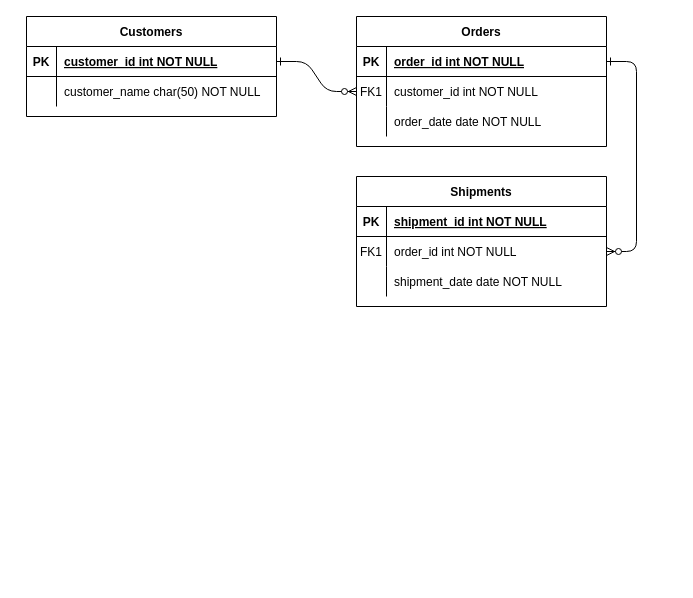
Above: sosa-erd.drawio in xdetheroc/sosa (draw.io), before the change. Source tidied: cells renumbered, new cells numbered last; positions are measured from the earlier drawing's top-left corner, leaving out a move shared by most shapes. Both pictures are drawn from the tidied source at 100%, with x=0, y=0 at pixel (26, 16).
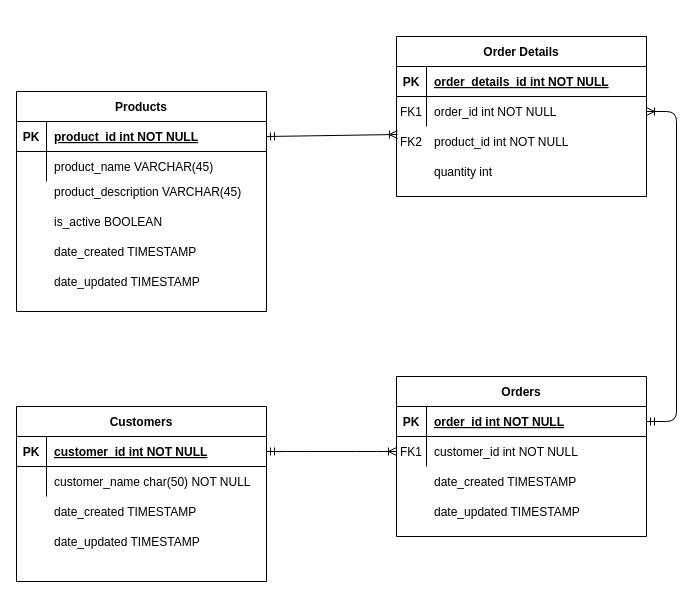
After the change.

The change refers to these unchanged cells:
```xml
<mxCell id="5" style="shape=partialRectangle;fillColor=none;points=[[0,0.5],[1,0.5]];portConstraint=eastwest;top=0;left=0;right=0;bottom=1;" parent="4" vertex="1">
  <mxGeometry y="30" width="250" height="30" as="geometry" />
</mxCell>
<mxCell id="8" style="shape=partialRectangle;fillColor=none;points=[[0,0.5],[1,0.5]];portConstraint=eastwest;top=0;left=0;right=0;bottom=0;" parent="4" vertex="1">
  <mxGeometry y="60" width="250" height="30" as="geometry" />
</mxCell>
<mxCell id="15" style="shape=partialRectangle;fillColor=none;top=0;left=0;right=0;bottom=1;" parent="14" vertex="1">
  <mxGeometry y="30" width="250" height="30" as="geometry" />
</mxCell>
<mxCell id="18" style="shape=partialRectangle;fillColor=none;points=[[0,0.5],[1,0.5]];portConstraint=eastwest;top=0;left=0;right=0;bottom=0;" parent="14" vertex="1">
  <mxGeometry y="60" width="250" height="30" as="geometry" />
</mxCell>
<mxCell id="25" style="shape=partialRectangle;fillColor=none;points=[[0,0.5],[1,0.5]];portConstraint=eastwest;top=0;left=0;right=0;bottom=1;" parent="24" vertex="1">
  <mxGeometry y="30" width="250" height="30" as="geometry" />
</mxCell>
```

Change to the diagram source:
```diff
@@
-    <mxCell id="2" style="edgeStyle=entityRelationEdgeStyle;endArrow=ERzeroToMany;startArrow=ERone;endFill=1;startFill=0;" parent="1" edge="1" source="25" target="8">
+    <mxCell id="2" style="edgeStyle=entityRelationEdgeStyle;endArrow=ERoneToMany;startArrow=ERmandOne;endFill=0;startFill=0;" parent="1" edge="1" source="25" target="8">
       <mxGeometry relative="1" as="geometry" />
     </mxCell>
-    <mxCell id="3" style="edgeStyle=entityRelationEdgeStyle;endArrow=ERzeroToMany;startArrow=ERone;endFill=1;startFill=0;" parent="1" edge="1" source="5" target="18">
+    <mxCell id="3" style="edgeStyle=entityRelationEdgeStyle;endArrow=ERoneToMany;startArrow=ERmandOne;endFill=0;startFill=0;" parent="1" edge="1" source="5" target="18">
       <mxGeometry relative="1" as="geometry" />
     </mxCell>
     <mxCell id="4" value="Orders" style="shape=table;startSize=30;childLayout=tableLayout;rowLines=0;fontStyle=1;align=center;" parent="1" vertex="1">
-      <mxGeometry x="330" width="250" height="130" as="geometry" />
+      <mxGeometry x="370" y="360" width="250" height="160" as="geometry" />
     </mxCell>
@@
-    <mxCell id="11" style="shape=partialRectangle;fillColor=none;top=0;left=0;right=0;bottom=0;" parent="4" vertex="1">
-      <mxGeometry y="90" width="250" height="30" as="geometry" />
-    </mxCell>
-    <mxCell id="12" style="shape=partialRectangle;overflow=hidden;fillColor=none;top=0;left=0;bottom=0;right=0;" parent="11" vertex="1">
-      <mxGeometry width="30" height="30" as="geometry" />
-    </mxCell>
-    <mxCell id="13" value="order_date date NOT NULL" style="shape=partialRectangle;overflow=hidden;fillColor=none;top=0;left=0;bottom=0;right=0;align=left;spacingLeft=6;" parent="11" vertex="1">
-      <mxGeometry x="30" width="220" height="30" as="geometry" />
-    </mxCell>
-    <mxCell id="14" value="Shipments" style="shape=table;startSize=30;childLayout=tableLayout;rowLines=0;fontStyle=1;align=center;" parent="1" vertex="1">
-      <mxGeometry x="330" y="160" width="250" height="130" as="geometry" />
+    <mxCell id="14" value="Order Details" style="shape=table;startSize=30;childLayout=tableLayout;rowLines=0;fontStyle=1;align=center;" parent="1" vertex="1">
+      <mxGeometry x="370" y="20" width="250" height="160" as="geometry" />
     </mxCell>
@@
-    <mxCell id="17" value="shipment_id int NOT NULL " style="shape=partialRectangle;overflow=hidden;fillColor=none;top=0;left=0;bottom=0;right=0;align=left;spacingLeft=6;fontStyle=5;" parent="15" vertex="1">
+    <mxCell id="17" value="order_details_id int NOT NULL " style="shape=partialRectangle;overflow=hidden;fillColor=none;top=0;left=0;bottom=0;right=0;align=left;spacingLeft=6;fontStyle=5;" parent="15" vertex="1">
       <mxGeometry x="30" width="220" height="30" as="geometry" />
     </mxCell>
@@
-    <mxCell id="21" style="shape=partialRectangle;fillColor=none;top=0;left=0;right=0;bottom=0;" parent="14" vertex="1">
-      <mxGeometry y="90" width="250" height="30" as="geometry" />
-    </mxCell>
-    <mxCell id="22" style="shape=partialRectangle;overflow=hidden;fillColor=none;top=0;left=0;bottom=0;right=0;" parent="21" vertex="1">
-      <mxGeometry width="30" height="30" as="geometry" />
-    </mxCell>
-    <mxCell id="23" value="shipment_date date NOT NULL" style="shape=partialRectangle;overflow=hidden;fillColor=none;top=0;left=0;bottom=0;right=0;align=left;spacingLeft=6;" parent="21" vertex="1">
-      <mxGeometry x="30" width="220" height="30" as="geometry" />
-    </mxCell>
     <mxCell id="24" value="Customers" style="shape=table;startSize=30;childLayout=tableLayout;rowLines=0;fontStyle=1;align=center;" parent="1" vertex="1">
-      <mxGeometry width="250" height="100" as="geometry" />
+      <mxGeometry x="-10" y="390" width="250" height="175" as="geometry" />
     </mxCell>
@@
+    <mxCell id="31" value="Products" style="shape=table;startSize=30;childLayout=tableLayout;rowLines=0;fontStyle=1;align=center;" parent="1" vertex="1">
+      <mxGeometry x="-10" y="75" width="250" height="220" as="geometry" />
+    </mxCell>
+    <mxCell id="32" style="shape=partialRectangle;fillColor=none;points=[[0,0.5],[1,0.5]];portConstraint=eastwest;top=0;left=0;right=0;bottom=1;" parent="31" vertex="1">
+      <mxGeometry y="30" width="250" height="30" as="geometry" />
+    </mxCell>
+    <mxCell id="33" value="PK" style="shape=partialRectangle;overflow=hidden;fillColor=none;top=0;left=0;bottom=0;right=0;fontStyle=1;" parent="32" vertex="1">
+      <mxGeometry width="30" height="30" as="geometry" />
+    </mxCell>
+    <mxCell id="34" value="product_id int NOT NULL " style="shape=partialRectangle;overflow=hidden;fillColor=none;top=0;left=0;bottom=0;right=0;align=left;spacingLeft=6;fontStyle=5;" parent="32" vertex="1">
+      <mxGeometry x="30" width="220" height="30" as="geometry" />
+    </mxCell>
+    <mxCell id="35" style="shape=partialRectangle;fillColor=none;top=0;left=0;right=0;bottom=0;" parent="31" vertex="1">
+      <mxGeometry y="60" width="250" height="30" as="geometry" />
+    </mxCell>
+    <mxCell id="36" style="shape=partialRectangle;overflow=hidden;fillColor=none;top=0;left=0;bottom=0;right=0;" parent="35" vertex="1">
+      <mxGeometry width="30" height="30" as="geometry" />
+    </mxCell>
+    <mxCell id="37" value="product_name VARCHAR(45)" style="shape=partialRectangle;overflow=hidden;fillColor=none;top=0;left=0;bottom=0;right=0;align=left;spacingLeft=6;" parent="35" vertex="1">
+      <mxGeometry x="30" width="220" height="30" as="geometry" />
+    </mxCell>
+    <mxCell id="38" value="product_description VARCHAR(45)" style="shape=partialRectangle;overflow=hidden;fillColor=none;top=0;left=0;bottom=0;right=0;align=left;spacingLeft=6;" parent="1" vertex="1">
+      <mxGeometry x="20" y="160" width="220" height="30" as="geometry" />
+    </mxCell>
+    <mxCell id="39" value="date_created TIMESTAMP" style="shape=partialRectangle;overflow=hidden;fillColor=none;top=0;left=0;bottom=0;right=0;align=left;spacingLeft=6;" parent="1" vertex="1">
+      <mxGeometry x="20" y="220" width="220" height="30" as="geometry" />
+    </mxCell>
+    <mxCell id="40" value="date_updated TIMESTAMP" style="shape=partialRectangle;overflow=hidden;fillColor=none;top=0;left=0;bottom=0;right=0;align=left;spacingLeft=6;" parent="1" vertex="1">
+      <mxGeometry x="20" y="250" width="220" height="30" as="geometry" />
+    </mxCell>
+    <mxCell id="41" value="is_active BOOLEAN" style="shape=partialRectangle;overflow=hidden;fillColor=none;top=0;left=0;bottom=0;right=0;align=left;spacingLeft=6;" parent="1" vertex="1">
+      <mxGeometry x="20" y="190" width="220" height="30" as="geometry" />
+    </mxCell>
+    <mxCell id="42" style="shape=partialRectangle;fillColor=none;points=[[0,0.5],[1,0.5]];portConstraint=eastwest;top=0;left=0;right=0;bottom=0;" parent="1" vertex="1">
+      <mxGeometry x="370" y="110" width="250" height="30" as="geometry" />
+    </mxCell>
+    <mxCell id="43" value="FK2" style="shape=partialRectangle;overflow=hidden;fillColor=none;top=0;left=0;bottom=0;right=0;" parent="42" vertex="1">
+      <mxGeometry width="30" height="30" as="geometry" />
+    </mxCell>
+    <mxCell id="44" value="product_id int NOT NULL" style="shape=partialRectangle;overflow=hidden;fillColor=none;top=0;left=0;bottom=0;right=0;align=left;spacingLeft=6;" parent="42" vertex="1">
+      <mxGeometry x="30" width="220" height="30" as="geometry" />
+    </mxCell>
+    <mxCell id="45" value="quantity int" style="shape=partialRectangle;overflow=hidden;fillColor=none;top=0;left=0;bottom=0;right=0;align=left;spacingLeft=6;" parent="1" vertex="1">
+      <mxGeometry x="400" y="140" width="220" height="30" as="geometry" />
+    </mxCell>
+    <mxCell id="46" style="endArrow=ERoneToMany;startArrow=ERmandOne;html=1;entryX=0.004;entryY=0.267;entryDx=0;entryDy=0;entryPerimeter=0;exitX=1;exitY=0.5;exitDx=0;exitDy=0;startFill=0;endFill=0;" parent="1" edge="1" source="32" target="42">
+      <mxGeometry relative="1" as="geometry" />
+    </mxCell>
+    <mxCell id="47" value="date_created TIMESTAMP" style="shape=partialRectangle;overflow=hidden;fillColor=none;top=0;left=0;bottom=0;right=0;align=left;spacingLeft=6;" parent="1" vertex="1">
+      <mxGeometry x="20" y="480" width="220" height="30" as="geometry" />
+    </mxCell>
+    <mxCell id="48" value="date_updated TIMESTAMP" style="shape=partialRectangle;overflow=hidden;fillColor=none;top=0;left=0;bottom=0;right=0;align=left;spacingLeft=6;" parent="1" vertex="1">
+      <mxGeometry x="20" y="510" width="220" height="30" as="geometry" />
+    </mxCell>
+    <mxCell id="49" value="date_created TIMESTAMP" style="shape=partialRectangle;overflow=hidden;fillColor=none;top=0;left=0;bottom=0;right=0;align=left;spacingLeft=6;" parent="1" vertex="1">
+      <mxGeometry x="400" y="450" width="220" height="30" as="geometry" />
+    </mxCell>
+    <mxCell id="50" value="date_updated TIMESTAMP" style="shape=partialRectangle;overflow=hidden;fillColor=none;top=0;left=0;bottom=0;right=0;align=left;spacingLeft=6;" parent="1" vertex="1">
+      <mxGeometry x="400" y="480" width="220" height="30" as="geometry" />
+    </mxCell>
```
